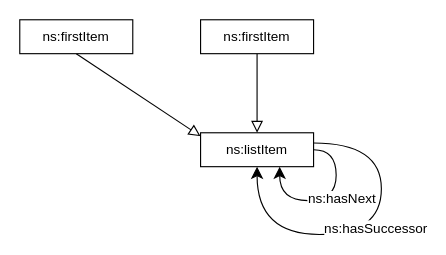
nd-crane/Drawio-experiments keeps this draw.io diagram as MODL Library Simplified/sequenceSimplified.drawio. Above is the earlier version. Source tidied: cells renumbered, new cells numbered last; positions are measured from the earlier drawing's top-left corner, leaving out a move shared by most shapes. Both pictures are drawn from the tidied source at 113%, with x=0, y=0 at pixel (19, 19).
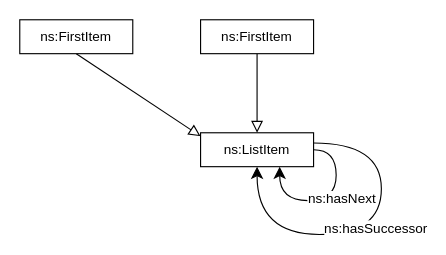
The same diagram, later.

Commit message (it also covers changes not shown here):
building simplified library

The edit, as a diff of the source:
```diff
@@
 <mxGraphModel>
   <root>
     <mxCell id="0" />
     <mxCell id="1" parent="0" />
     <mxCell id="2" style="endArrow=block;html=1;fontColor=#000099;exitX=0.5;exitY=1;exitDx=0;exitDy=0;endFill=0;endSize=8;arcSize=0;entryX=0;entryY=0.1;entryDx=0;entryDy=0;" parent="1" edge="1" source="4" target="3">
       <mxGeometry relative="1" as="geometry" />
     </mxCell>
-    <mxCell id="3" value="ns:listItem" style="rounded=0;whiteSpace=wrap;html=1;snapToPoint=1;points=[[0.1,0],[0.2,0],[0.3,0],[0.4,0],[0.5,0],[0.6,0],[0.7,0],[0.8,0],[0.9,0],[0,0.1],[0,0.3],[0,0.5],[0,0.7],[0,0.9],[0.1,1],[0.2,1],[0.3,1],[0.4,1],[0.5,1],[0.6,1],[0.7,1],[0.8,1],[0.9,1],[1,0.1],[1,0.3],[1,0.5],[1,0.7],[1,0.9]];" parent="1" vertex="1">
+    <mxCell id="3" value="ns:ListItem" style="rounded=0;whiteSpace=wrap;html=1;snapToPoint=1;points=[[0.1,0],[0.2,0],[0.3,0],[0.4,0],[0.5,0],[0.6,0],[0.7,0],[0.8,0],[0.9,0],[0,0.1],[0,0.3],[0,0.5],[0,0.7],[0,0.9],[0.1,1],[0.2,1],[0.3,1],[0.4,1],[0.5,1],[0.6,1],[0.7,1],[0.8,1],[0.9,1],[1,0.1],[1,0.3],[1,0.5],[1,0.7],[1,0.9]];" parent="1" vertex="1">
       <mxGeometry x="160" y="100" width="100" height="30" as="geometry" />
     </mxCell>
-    <mxCell id="4" value="ns:firstItem" style="rounded=0;whiteSpace=wrap;html=1;snapToPoint=1;points=[[0.1,0],[0.2,0],[0.3,0],[0.4,0],[0.5,0],[0.6,0],[0.7,0],[0.8,0],[0.9,0],[0,0.1],[0,0.3],[0,0.5],[0,0.7],[0,0.9],[0.1,1],[0.2,1],[0.3,1],[0.4,1],[0.5,1],[0.6,1],[0.7,1],[0.8,1],[0.9,1],[1,0.1],[1,0.3],[1,0.5],[1,0.7],[1,0.9]];" parent="1" vertex="1">
+    <mxCell id="4" value="ns:FirstItem" style="rounded=0;whiteSpace=wrap;html=1;snapToPoint=1;points=[[0.1,0],[0.2,0],[0.3,0],[0.4,0],[0.5,0],[0.6,0],[0.7,0],[0.8,0],[0.9,0],[0,0.1],[0,0.3],[0,0.5],[0,0.7],[0,0.9],[0.1,1],[0.2,1],[0.3,1],[0.4,1],[0.5,1],[0.6,1],[0.7,1],[0.8,1],[0.9,1],[1,0.1],[1,0.3],[1,0.5],[1,0.7],[1,0.9]];" parent="1" vertex="1">
       <mxGeometry width="100" height="30" as="geometry" />
     </mxCell>
     <mxCell id="5" style="endArrow=block;html=1;fontColor=#000099;exitX=0.5;exitY=1;exitDx=0;exitDy=0;endFill=0;endSize=8;arcSize=0;entryX=0.5;entryY=0;entryDx=0;entryDy=0;" parent="1" edge="1" source="6" target="3">
       <mxGeometry relative="1" as="geometry" />
     </mxCell>
-    <mxCell id="6" value="ns:firstItem" style="rounded=0;whiteSpace=wrap;html=1;snapToPoint=1;points=[[0.1,0],[0.2,0],[0.3,0],[0.4,0],[0.5,0],[0.6,0],[0.7,0],[0.8,0],[0.9,0],[0,0.1],[0,0.3],[0,0.5],[0,0.7],[0,0.9],[0.1,1],[0.2,1],[0.3,1],[0.4,1],[0.5,1],[0.6,1],[0.7,1],[0.8,1],[0.9,1],[1,0.1],[1,0.3],[1,0.5],[1,0.7],[1,0.9]];" parent="1" vertex="1">
+    <mxCell id="6" value="ns:FirstItem" style="rounded=0;whiteSpace=wrap;html=1;snapToPoint=1;points=[[0.1,0],[0.2,0],[0.3,0],[0.4,0],[0.5,0],[0.6,0],[0.7,0],[0.8,0],[0.9,0],[0,0.1],[0,0.3],[0,0.5],[0,0.7],[0,0.9],[0.1,1],[0.2,1],[0.3,1],[0.4,1],[0.5,1],[0.6,1],[0.7,1],[0.8,1],[0.9,1],[1,0.1],[1,0.3],[1,0.5],[1,0.7],[1,0.9]];" parent="1" vertex="1">
       <mxGeometry x="160" width="100" height="30" as="geometry" />
     </mxCell>
     <mxCell id="7" style="endArrow=classic;html=1;exitX=1;exitY=0.5;exitDx=0;exitDy=0;endSize=8;arcSize=0;edgeStyle=orthogonalEdgeStyle;curved=1;entryX=0.7;entryY=1;entryDx=0;entryDy=0;" parent="1" edge="1" source="3" target="3">
       <mxGeometry relative="1" as="geometry">
         <Array as="points">
           <mxPoint x="280" y="115" />
           <mxPoint x="280" y="160" />
           <mxPoint x="230" y="160" />
         </Array>
       </mxGeometry>
     </mxCell>
     <mxCell id="8" value="&lt;div&gt;ns:hasNext&lt;/div&gt;" style="text;html=1;align=center;verticalAlign=middle;labelBackgroundColor=#ffffff;" parent="7" vertex="1">
       <mxGeometry x="-0.13" relative="1" as="geometry">
         <mxPoint x="4.2" as="offset" />
       </mxGeometry>
     </mxCell>
     <mxCell id="9" style="endArrow=classic;html=1;exitX=1;exitY=0.3;exitDx=0;exitDy=0;endSize=8;arcSize=0;curved=1;edgeStyle=orthogonalEdgeStyle;entryX=0.5;entryY=1;entryDx=0;entryDy=0;" parent="1" edge="1" source="3" target="3">
       <mxGeometry relative="1" as="geometry">
         <Array as="points">
           <mxPoint x="320" y="109" />
           <mxPoint x="320" y="190" />
           <mxPoint x="210" y="190" />
         </Array>
       </mxGeometry>
     </mxCell>
     <mxCell id="10" value="&lt;div&gt;ns:hasSuccessor&lt;/div&gt;" style="text;html=1;align=center;verticalAlign=middle;labelBackgroundColor=#ffffff;" parent="9" vertex="1">
       <mxGeometry x="-0.13" relative="1" as="geometry">
         <mxPoint x="-6" as="offset" />
       </mxGeometry>
     </mxCell>
   </root>
 </mxGraphModel>
```
